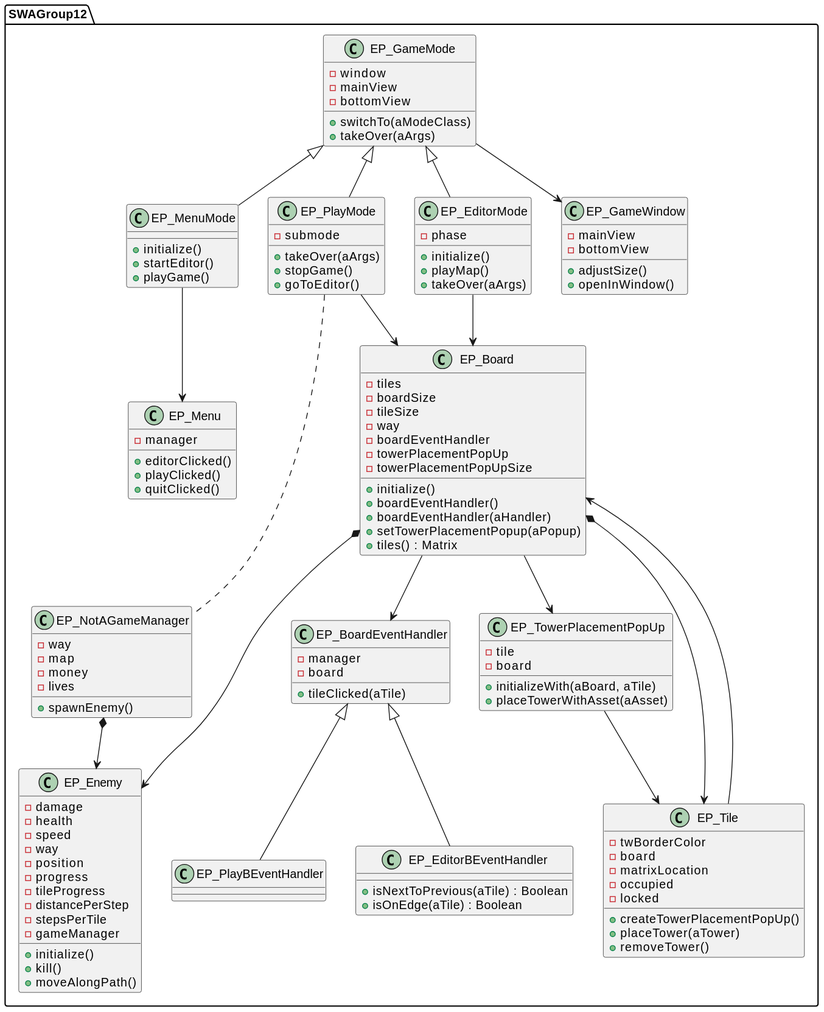
Above: out/diagram/diagram.svg in tobiashornbogen/swa_misc (PlantUML), before the change. Source of this version:
```plantuml
@startuml
package SWAGroup12 {


    class EP_Board {
        -tiles
        -boardSize
        -tileSize
        -way
        -boardEventHandler
        -towerPlacementPopUp
        -towerPlacementPopUpSize
        +initialize()
        +boardEventHandler()
        +boardEventHandler(aHandler)
        +setTowerPlacementPopup(aPopup)
        +tiles() : Matrix
    }

    class EP_Tile {
        -twBorderColor
        -board
        -matrixLocation
        -occupied
        -locked
        +createTowerPlacementPopUp()
        +placeTower(aTower)
        +removeTower()
    }

    class EP_Enemy {
        -damage
        -health
        -speed
        -way
        -position
        -progress
        -tileProgress
        -distancePerStep
        -stepsPerTile
        -gameManager
        +initialize()
        +kill()
        +moveAlongPath()
    }

    class EP_BoardEventHandler {
        -manager
        -board
        +tileClicked(aTile)
    }

    class EP_EditorBEventHandler {
        +isNextToPrevious(aTile) : Boolean
        +isOnEdge(aTile) : Boolean
    }

    class EP_PlayBEventHandler {
    }

    class EP_TowerPlacementPopUp {
        -tile
        -board
        +initializeWith(aBoard, aTile)
        +placeTowerWithAsset(aAsset)
    }

    class EP_GameMode {
        -window
        -mainView
        -bottomView
        +switchTo(aModeClass)
        +takeOver(aArgs)
    }

    class EP_Menu {
        -manager
        +editorClicked()
        +playClicked()
        +quitClicked()
    }

    class EP_MenuMode {
        +initialize()
        +startEditor()
        +playGame()
    }

    class EP_PlayMode {
        -submode
        +takeOver(aArgs)
        +stopGame()
        +goToEditor()
    }

    class EP_EditorMode {
        -phase
        +initialize()
        +playMap()
        +takeOver(aArgs)
    }

    class EP_GameWindow {
        -mainView
        -bottomView
        +adjustSize()
        +openInWindow()
    }

    class EP_NotAGameManager {
        -way
        -map
        -money
        -lives
        +spawnEnemy()
    }

    EP_Board *--> EP_Tile
    EP_Board --> EP_BoardEventHandler
    EP_BoardEventHandler <|-- EP_EditorBEventHandler
    EP_BoardEventHandler <|-- EP_PlayBEventHandler
    EP_Board *--> EP_Enemy
    EP_Board --> EP_TowerPlacementPopUp
    EP_GameMode <|-- EP_MenuMode
    EP_GameMode <|-- EP_EditorMode
    EP_GameMode <|-- EP_PlayMode
    EP_MenuMode --> EP_Menu
    EP_GameMode --> EP_GameWindow
    EP_PlayMode --> EP_Board
    EP_EditorMode --> EP_Board
    EP_PlayMode ... EP_NotAGameManager
    EP_NotAGameManager *--> EP_Enemy
    EP_TowerPlacementPopUp --> EP_Tile
    EP_Tile --> EP_Board

}
@enduml
```
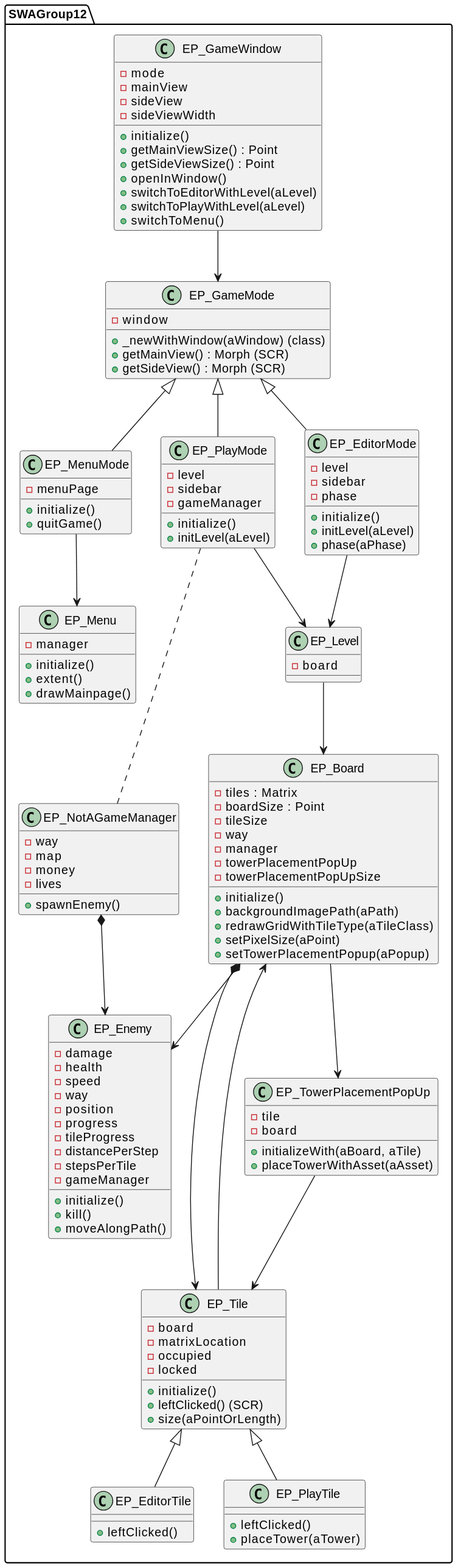
After the commit.

Change to the diagram source:
```diff
@@ -3,29 +3,36 @@
 
 
     class EP_Board {
-        -tiles
-        -boardSize
+        -tiles : Matrix
+        -boardSize : Point
         -tileSize
         -way
-        -boardEventHandler
+        -manager
         -towerPlacementPopUp
         -towerPlacementPopUpSize
         +initialize()
-        +boardEventHandler()
-        +boardEventHandler(aHandler)
+        +backgroundImagePath(aPath)
+        +redrawGridWithTileType(aTileClass)
+        +setPixelSize(aPoint)
         +setTowerPlacementPopup(aPopup)
-        +tiles() : Matrix
     }
 
     class EP_Tile {
-        -twBorderColor
         -board
         -matrixLocation
         -occupied
         -locked
-        +createTowerPlacementPopUp()
+        +initialize()
+        +leftClicked() (SCR)
+        +size(aPointOrLength)
+    }
+
+    class EP_EditorTile {
+        +leftClicked()
+    }
+    class EP_PlayTile {
+        +leftClicked()
         +placeTower(aTower)
-        +removeTower()
     }
 
     class EP_Enemy {
@@ -44,20 +51,6 @@
         +moveAlongPath()
     }
 
-    class EP_BoardEventHandler {
-        -manager
-        -board
-        +tileClicked(aTile)
-    }
-
-    class EP_EditorBEventHandler {
-        +isNextToPrevious(aTile) : Boolean
-        +isOnEdge(aTile) : Boolean
-    }
-
-    class EP_PlayBEventHandler {
-    }
-
     class EP_TowerPlacementPopUp {
         -tile
         -board
@@ -67,44 +60,53 @@
 
     class EP_GameMode {
         -window
+        +_newWithWindow(aWindow) (class)
+        +getMainView() : Morph (SCR)
+        +getSideView() : Morph (SCR)
+    }
+
+    class EP_MenuMode {
+        -menuPage
+        +initialize()
+        +quitGame()
+    }
+
+    class EP_PlayMode {
+        -level
+        -sidebar
+        -gameManager
+        +initialize()
+        +initLevel(aLevel)
+    }
+
+    class EP_EditorMode {
+        -level
+        -sidebar
+        -phase
+        +initialize()
+        +initLevel(aLevel)
+        +phase(aPhase)
+    }
+
+    class EP_GameWindow {
+        -mode
         -mainView
-        -bottomView
-        +switchTo(aModeClass)
-        +takeOver(aArgs)
+        -sideView
+        -sideViewWidth
+        +initialize()
+        +getMainViewSize() : Point
+        +getSideViewSize() : Point
+        +openInWindow()
+        +switchToEditorWithLevel(aLevel)
+        +switchToPlayWithLevel(aLevel)
+        +switchToMenu()
     }
 
     class EP_Menu {
         -manager
-        +editorClicked()
-        +playClicked()
-        +quitClicked()
-    }
-
-    class EP_MenuMode {
         +initialize()
-        +startEditor()
-        +playGame()
-    }
-
-    class EP_PlayMode {
-        -submode
-        +takeOver(aArgs)
-        +stopGame()
-        +goToEditor()
-    }
-
-    class EP_EditorMode {
-        -phase
-        +initialize()
-        +playMap()
-        +takeOver(aArgs)
-    }
-
-    class EP_GameWindow {
-        -mainView
-        -bottomView
-        +adjustSize()
-        +openInWindow()
+        +extent()
+        +drawMainpage()
     }
 
     class EP_NotAGameManager {
@@ -115,23 +117,28 @@
         +spawnEnemy()
     }
 
+    class EP_Level {
+        -board
+    }
+
+    EP_GameWindow --> EP_GameMode
     EP_Board *--> EP_Tile
-    EP_Board --> EP_BoardEventHandler
-    EP_BoardEventHandler <|-- EP_EditorBEventHandler
-    EP_BoardEventHandler <|-- EP_PlayBEventHandler
     EP_Board *--> EP_Enemy
     EP_Board --> EP_TowerPlacementPopUp
     EP_GameMode <|-- EP_MenuMode
     EP_GameMode <|-- EP_EditorMode
     EP_GameMode <|-- EP_PlayMode
     EP_MenuMode --> EP_Menu
-    EP_GameMode --> EP_GameWindow
-    EP_PlayMode --> EP_Board
-    EP_EditorMode --> EP_Board
+
+    EP_PlayMode --> EP_Level
+    EP_EditorMode --> EP_Level
+    EP_Level --> EP_Board
     EP_PlayMode ... EP_NotAGameManager
     EP_NotAGameManager *--> EP_Enemy
     EP_TowerPlacementPopUp --> EP_Tile
     EP_Tile --> EP_Board
+    EP_Tile <|-- EP_PlayTile
+    EP_Tile <|-- EP_EditorTile
 
 }
 @enduml
```
